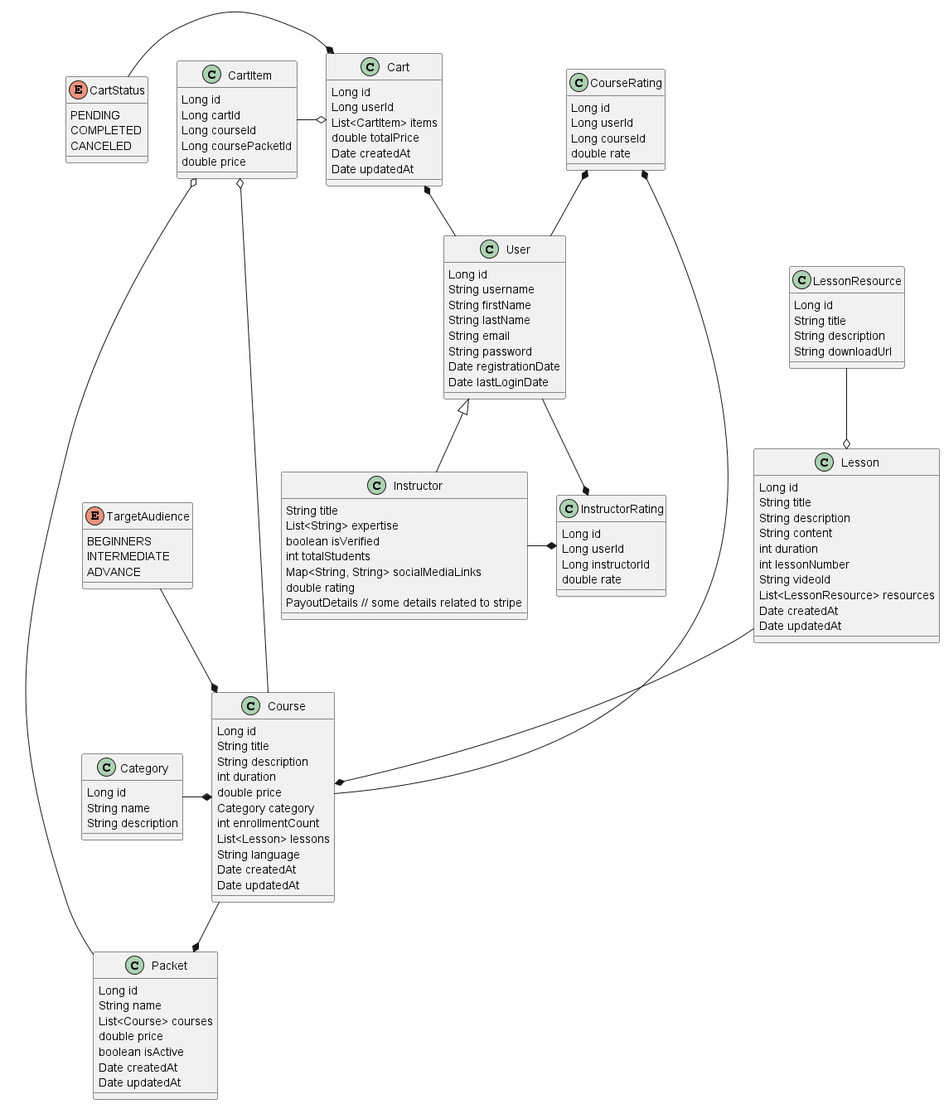
Earlier version of the PlantUML export backend/uml.png (WojciechGos/elearning-platform).
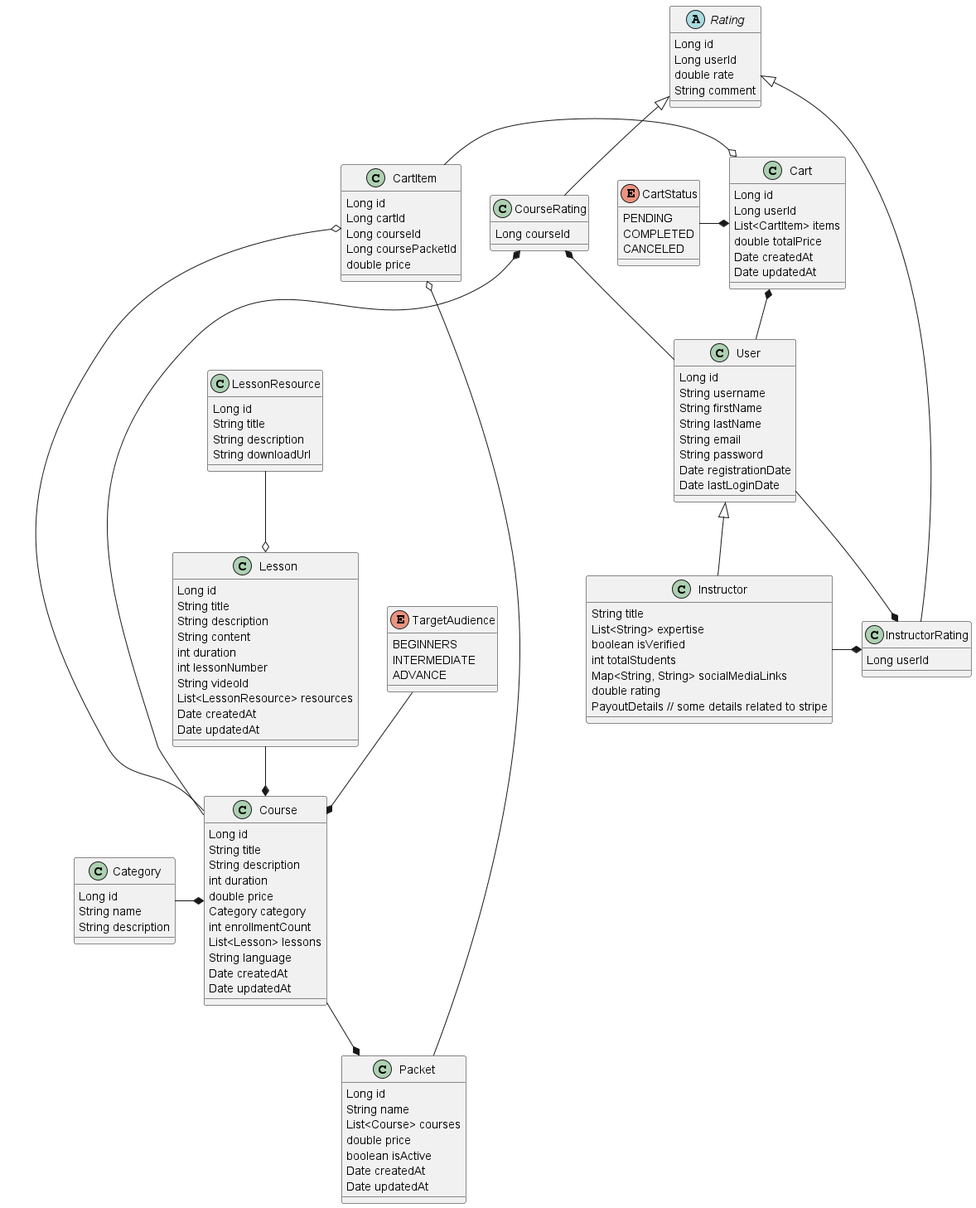
After the change.

Commit message:
add: uml relations

What changed in the source:
```diff
@@ -32,12 +32,11 @@
    ADVANCE
 }
 
-class CourseRating {
-    Long id
-    Long userId
+class CourseRating extends Rating{
     Long courseId
-    double rate
+
 }
+
 
 
 
@@ -79,12 +78,15 @@
 }
 
 
-
-class InstructorRating {
+abstract class Rating {
     Long id
     Long userId
-    Long instructorId
     double rate
+    String comment
+}
+
+class InstructorRating extends Rating{
+    Long userId
 }
 
 class Instructor extends User {
```
